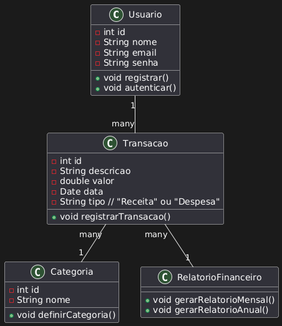
Before: assets/Diagrama.png, a diagram exported from PlantUML (JuanBailke/controle-financeiro).
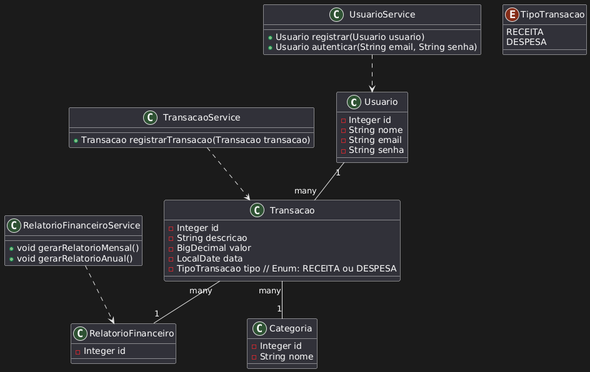
After the change.

The edit, as a diff of the source:
```diff
@@ -1,29 +1,43 @@
 @startuml
 class Usuario {
-  - int id
+  - Integer id
   - String nome
   - String email
   - String senha
-  + void registrar()
-  + void autenticar()
 }
 
 class Transacao {
-  - int id
+  - Integer id
   - String descricao
-  - double valor
-  - Date data
-  - String tipo // "Receita" ou "Despesa"
-  + void registrarTransacao()
+  - BigDecimal valor
+  - LocalDate data
+  - TipoTransacao tipo // Enum: RECEITA ou DESPESA
 }
 
 class Categoria {
-  - int id
+  - Integer id
   - String nome
-  + void definirCategoria()
 }
 
 class RelatorioFinanceiro {
+  - Integer id
+}
+
+enum TipoTransacao {
+  RECEITA
+  DESPESA
+}
+
+class UsuarioService {
+  + Usuario registrar(Usuario usuario)
+  + Usuario autenticar(String email, String senha)
+}
+
+class TransacaoService {
+  + Transacao registrarTransacao(Transacao transacao)
+}
+
+class RelatorioFinanceiroService {
   + void gerarRelatorioMensal()
   + void gerarRelatorioAnual()
 }
@@ -31,4 +45,7 @@
 Usuario "1" -- "many" Transacao
 Transacao "many" -- "1" Categoria
 Transacao "many" -- "1" RelatorioFinanceiro
+UsuarioService ..> Usuario
+TransacaoService ..> Transacao
+RelatorioFinanceiroService ..> RelatorioFinanceiro
 @enduml
```
